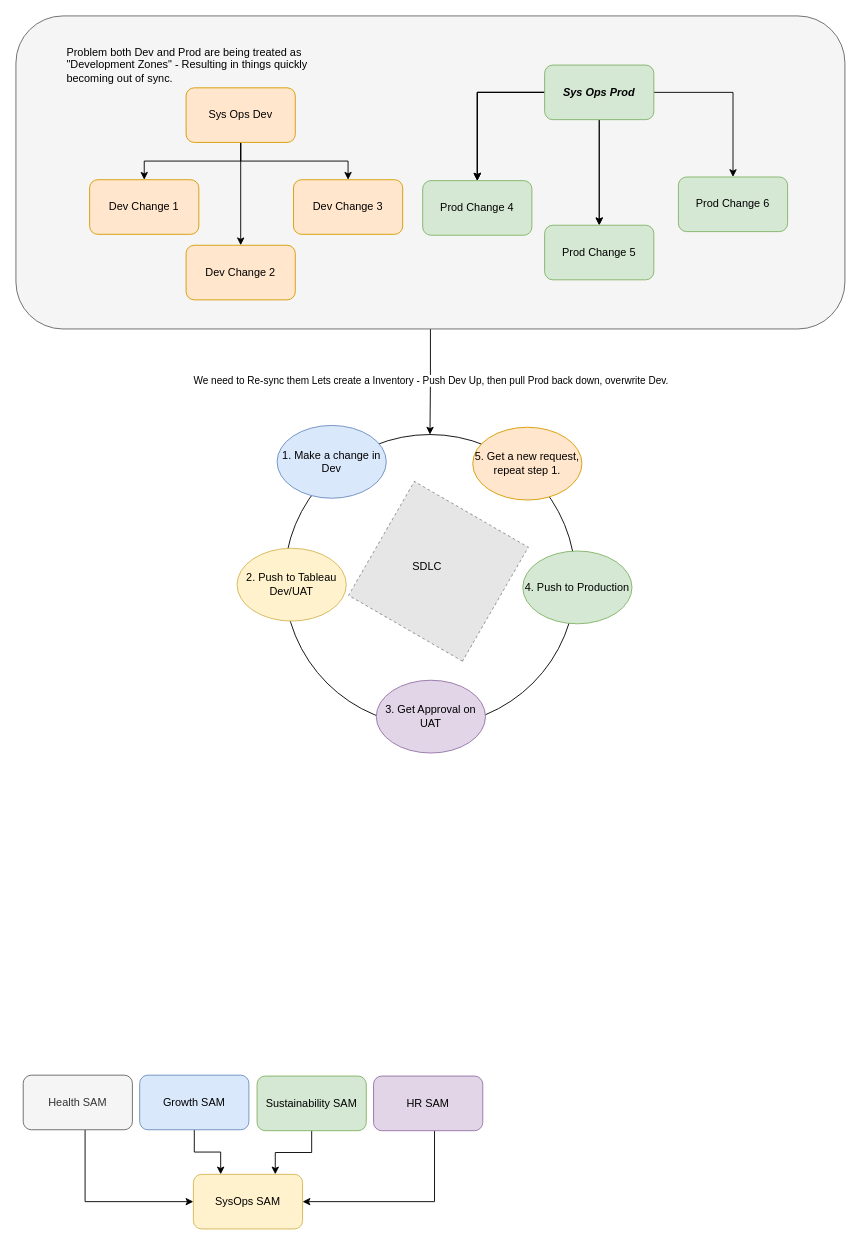
Above: page "SysOps To Date" (3 of 3) of draw.io/Deaconess.drawio in jadkinsgr/DesignResources (draw.io), before the change. Source tidied: cells renumbered, new cells numbered last; positions are measured from the earlier drawing's top-left corner, leaving out a move shared by most shapes. Both pictures are drawn from the tidied source at 91%, with x=0, y=0 at pixel (15, 15). Pictures stored in the file or linked from it are replaced by grey dashed boxes.
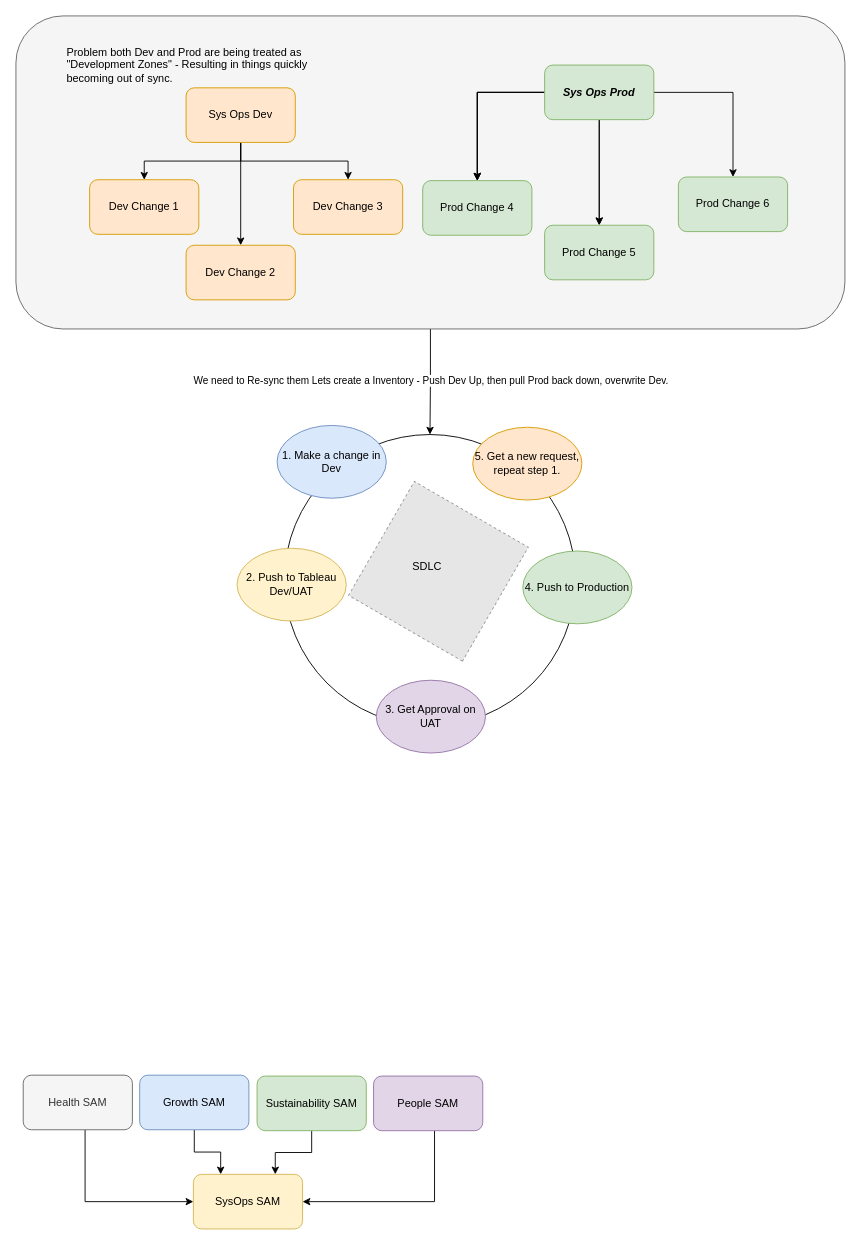
The same diagram, later.

The edit, as a diff of the source:
```diff
@@
-    <mxCell id="32" value="HR SAM" style="rounded=1;whiteSpace=wrap;html=1;fillColor=#e1d5e7;strokeColor=#9673a6;" parent="1" vertex="1">
+    <mxCell id="32" value="People SAM" style="rounded=1;whiteSpace=wrap;html=1;fillColor=#e1d5e7;strokeColor=#9673a6;" parent="1" vertex="1">
       <mxGeometry x="393" y="1165" width="120" height="60" as="geometry" />
     </mxCell>
```
